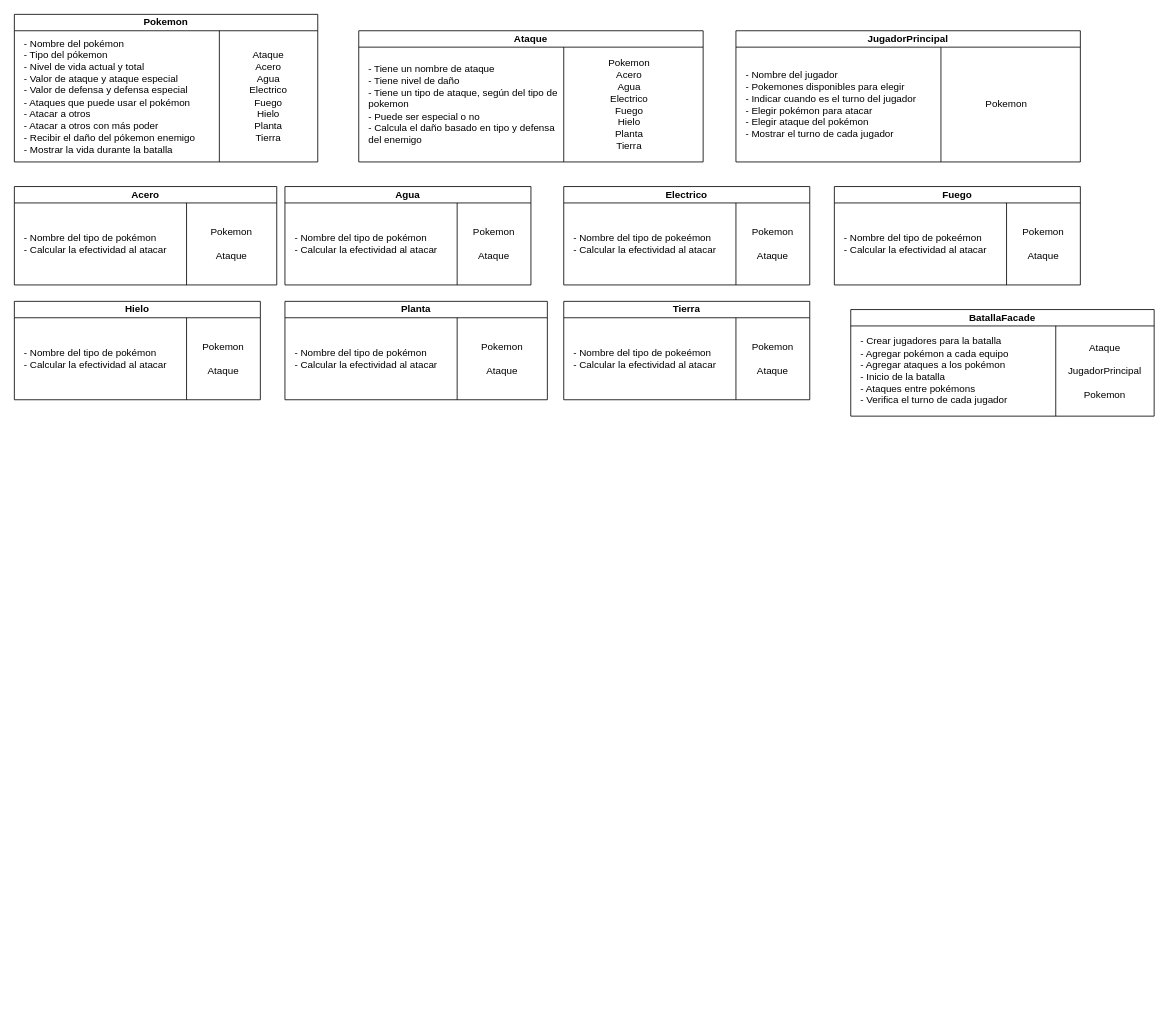
The draw.io diagram docs/Tarjetas CRC Primera Entrega.drawio in ucudal/pii_2024_2_equipo16, before the edit. Source tidied: cells renumbered, new cells numbered last; positions are measured from the earlier drawing's top-left corner, leaving out a move shared by most shapes. Both pictures are drawn from the tidied source at 82%, with x=0, y=0 at pixel (14, 14).
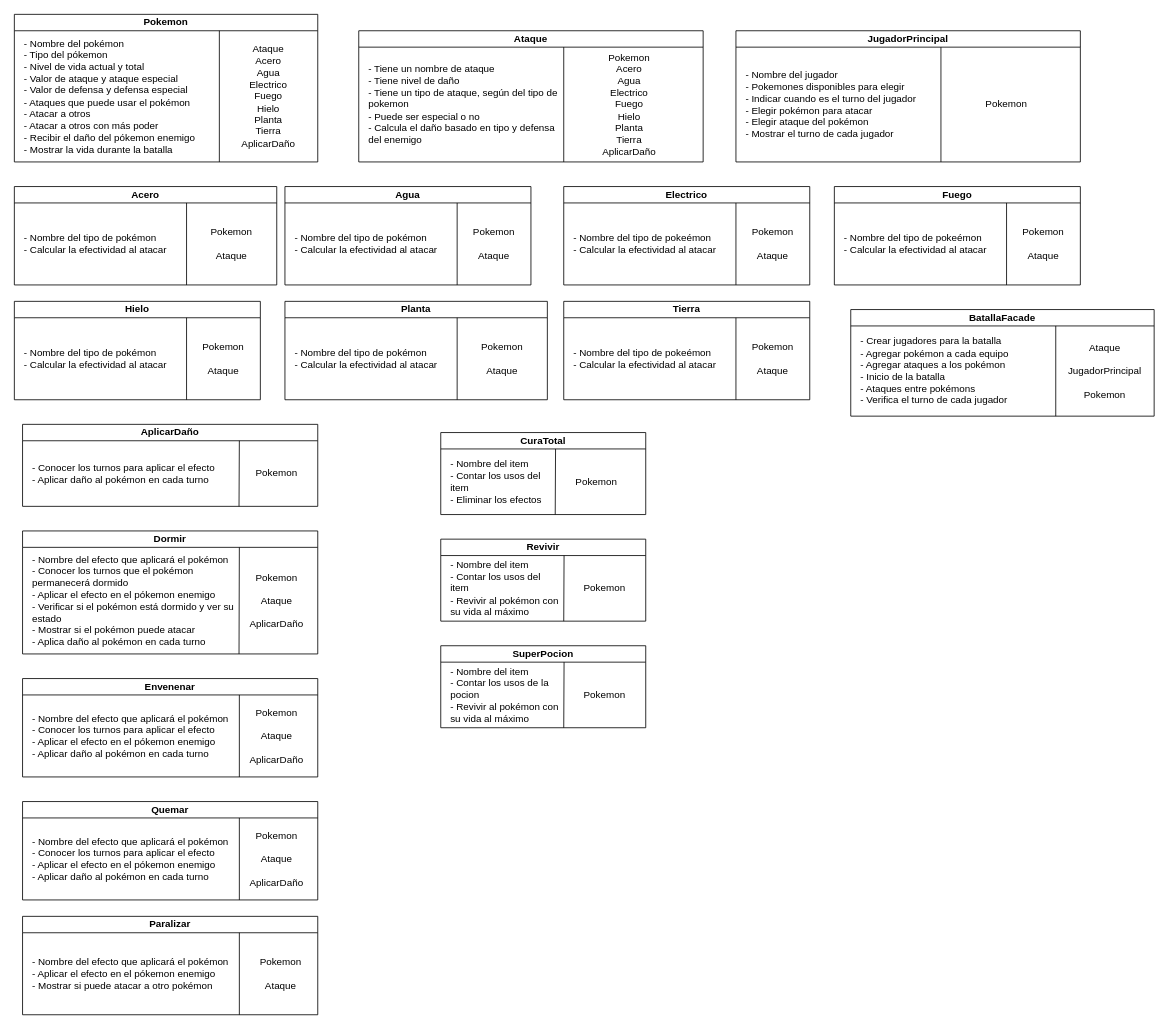
Above is the later version.

Commit message (it also covers changes not shown here):
CRC y UML con efectos e items

The change refers to these unchanged cells:
```xml
<mxCell id="2" value="Ataque" style="swimlane;whiteSpace=wrap;html=1;startSize=20;" parent="1" vertex="1">
  <mxGeometry x="420" y="20" width="420" height="160" as="geometry" />
</mxCell>
<mxCell id="6" value="Pokemon" style="swimlane;whiteSpace=wrap;html=1;startSize=20;" parent="1" vertex="1">
  <mxGeometry width="370" height="180" as="geometry" />
</mxCell>
```

What changed in the source:
```diff
@@
-    <mxCell id="5" value="&lt;div&gt;&lt;span style=&quot;background-color: initial;&quot;&gt;Pokemon&lt;/span&gt;&lt;br&gt;&lt;/div&gt;&lt;div&gt;&lt;span style=&quot;background-color: initial;&quot;&gt;Acero&lt;/span&gt;&lt;/div&gt;&lt;div&gt;&lt;span style=&quot;background-color: initial;&quot;&gt;Agua&lt;/span&gt;&lt;/div&gt;&lt;div&gt;&lt;span style=&quot;background-color: initial;&quot;&gt;Electrico&lt;/span&gt;&lt;/div&gt;&lt;div&gt;&lt;span style=&quot;background-color: initial;&quot;&gt;Fuego&lt;/span&gt;&lt;/div&gt;&lt;div&gt;&lt;span style=&quot;background-color: initial;&quot;&gt;Hielo&lt;/span&gt;&lt;/div&gt;&lt;div&gt;&lt;span style=&quot;background-color: initial;&quot;&gt;Planta&lt;/span&gt;&lt;/div&gt;&lt;div&gt;&lt;span style=&quot;background-color: initial;&quot;&gt;Tierra&lt;/span&gt;&lt;/div&gt;" style="text;html=1;align=center;verticalAlign=middle;whiteSpace=wrap;rounded=0;" parent="2" vertex="1">
+    <mxCell id="5" value="&lt;div&gt;&lt;span style=&quot;background-color: initial;&quot;&gt;Pokemon&lt;/span&gt;&lt;br&gt;&lt;/div&gt;&lt;div&gt;&lt;span style=&quot;background-color: initial;&quot;&gt;Acero&lt;/span&gt;&lt;/div&gt;&lt;div&gt;&lt;span style=&quot;background-color: initial;&quot;&gt;Agua&lt;/span&gt;&lt;/div&gt;&lt;div&gt;&lt;span style=&quot;background-color: initial;&quot;&gt;Electrico&lt;/span&gt;&lt;/div&gt;&lt;div&gt;&lt;span style=&quot;background-color: initial;&quot;&gt;Fuego&lt;/span&gt;&lt;/div&gt;&lt;div&gt;&lt;span style=&quot;background-color: initial;&quot;&gt;Hielo&lt;/span&gt;&lt;/div&gt;&lt;div&gt;&lt;span style=&quot;background-color: initial;&quot;&gt;Planta&lt;/span&gt;&lt;/div&gt;&lt;div&gt;&lt;span style=&quot;background-color: initial;&quot;&gt;Tierra&lt;/span&gt;&lt;/div&gt;&lt;div&gt;&lt;span style=&quot;background-color: initial;&quot;&gt;AplicarDaño&lt;/span&gt;&lt;/div&gt;" style="text;html=1;align=center;verticalAlign=middle;whiteSpace=wrap;rounded=0;" parent="2" vertex="1">
       <mxGeometry x="300" y="75" width="60" height="30" as="geometry" />
     </mxCell>
@@
-    <mxCell id="9" value="&lt;div&gt;Ataque&lt;/div&gt;&lt;div&gt;&lt;span style=&quot;background-color: initial;&quot;&gt;Acero&lt;/span&gt;&lt;/div&gt;&lt;div&gt;&lt;span style=&quot;background-color: initial;&quot;&gt;Agua&lt;/span&gt;&lt;/div&gt;&lt;div&gt;&lt;span style=&quot;background-color: initial;&quot;&gt;Electrico&lt;/span&gt;&lt;/div&gt;&lt;div&gt;&lt;span style=&quot;background-color: initial;&quot;&gt;Fuego&lt;/span&gt;&lt;/div&gt;&lt;div&gt;&lt;span style=&quot;background-color: initial;&quot;&gt;Hielo&lt;/span&gt;&lt;/div&gt;&lt;div&gt;&lt;span style=&quot;background-color: initial;&quot;&gt;Planta&lt;/span&gt;&lt;/div&gt;&lt;div&gt;&lt;span style=&quot;background-color: initial;&quot;&gt;Tierra&lt;/span&gt;&lt;/div&gt;" style="text;html=1;align=center;verticalAlign=middle;whiteSpace=wrap;rounded=0;" parent="6" vertex="1">
+    <mxCell id="9" value="&lt;div&gt;Ataque&lt;/div&gt;&lt;div&gt;&lt;span style=&quot;background-color: initial;&quot;&gt;Acero&lt;/span&gt;&lt;/div&gt;&lt;div&gt;&lt;span style=&quot;background-color: initial;&quot;&gt;Agua&lt;/span&gt;&lt;/div&gt;&lt;div&gt;&lt;span style=&quot;background-color: initial;&quot;&gt;Electrico&lt;/span&gt;&lt;/div&gt;&lt;div&gt;&lt;span style=&quot;background-color: initial;&quot;&gt;Fuego&lt;/span&gt;&lt;/div&gt;&lt;div&gt;&lt;span style=&quot;background-color: initial;&quot;&gt;Hielo&lt;/span&gt;&lt;/div&gt;&lt;div&gt;&lt;span style=&quot;background-color: initial;&quot;&gt;Planta&lt;/span&gt;&lt;/div&gt;&lt;div&gt;&lt;span style=&quot;background-color: initial;&quot;&gt;Tierra&lt;/span&gt;&lt;/div&gt;&lt;div&gt;&lt;span style=&quot;background-color: initial;&quot;&gt;AplicarDaño&lt;/span&gt;&lt;/div&gt;" style="text;html=1;align=center;verticalAlign=middle;whiteSpace=wrap;rounded=0;" parent="6" vertex="1">
       <mxGeometry x="280" y="85" width="60" height="30" as="geometry" />
     </mxCell>
@@
+    <mxCell id="46" value="Dormir" style="swimlane;whiteSpace=wrap;html=1;startSize=20;" parent="1" vertex="1">
+      <mxGeometry x="10" y="630" width="360" height="150" as="geometry" />
+    </mxCell>
+    <mxCell id="47" value="- Nombre del efecto que aplicará el pokémon&lt;div&gt;&lt;div&gt;&lt;div&gt;- &lt;span style=&quot;background-color: initial;&quot;&gt;Conocer los turnos que el pokémon permanecerá dormido&lt;/span&gt;&lt;/div&gt;&lt;/div&gt;&lt;/div&gt;&lt;div&gt;- Aplicar el efecto en el pókemon enemigo&lt;/div&gt;&lt;div&gt;- Verificar si el pokémon está dormido y ver su estado&lt;/div&gt;&lt;div&gt;- Mostrar si el pokémon puede atacar&lt;/div&gt;&lt;div&gt;- Aplica daño al pokémon en cada turno&lt;/div&gt;" style="text;html=1;align=left;verticalAlign=middle;whiteSpace=wrap;rounded=0;" parent="46" vertex="1">
+      <mxGeometry x="10" y="30" width="250" height="110" as="geometry" />
+    </mxCell>
+    <mxCell id="48" style="endArrow=none;html=1;rounded=0;" parent="46" edge="1">
+      <mxGeometry relative="1" as="geometry">
+        <mxPoint x="264" y="150" as="sourcePoint" />
+        <mxPoint x="264.4" y="20" as="targetPoint" />
+        <Array as="points">
+          <mxPoint x="264.4" y="20" />
+        </Array>
+      </mxGeometry>
+    </mxCell>
+    <mxCell id="49" value="&lt;div&gt;&lt;div&gt;&lt;div&gt;Pokemon&lt;/div&gt;&lt;div&gt;&lt;br&gt;&lt;/div&gt;&lt;div&gt;Ataque&lt;/div&gt;&lt;/div&gt;&lt;/div&gt;&lt;div&gt;&lt;br&gt;&lt;/div&gt;&lt;div&gt;AplicarDaño&lt;/div&gt;" style="text;html=1;align=center;verticalAlign=middle;whiteSpace=wrap;rounded=0;" parent="46" vertex="1">
+      <mxGeometry x="260" y="60" width="100" height="50" as="geometry" />
+    </mxCell>
+    <mxCell id="50" value="Envenenar" style="swimlane;whiteSpace=wrap;html=1;startSize=20;" parent="1" vertex="1">
+      <mxGeometry x="10" y="810" width="360" height="120" as="geometry" />
+    </mxCell>
+    <mxCell id="51" value="- Nombre del efecto que aplicará el pokémon&lt;div&gt;&lt;div&gt;&lt;div&gt;- Conocer los turnos para aplicar el efecto&lt;/div&gt;&lt;/div&gt;&lt;/div&gt;&lt;div&gt;- Aplicar el efecto en el pókemon enemigo&lt;/div&gt;&lt;div&gt;- Aplicar daño al pokémon en cada turno&lt;/div&gt;" style="text;html=1;align=left;verticalAlign=middle;whiteSpace=wrap;rounded=0;" parent="50" vertex="1">
+      <mxGeometry x="10" y="20" width="260" height="100" as="geometry" />
+    </mxCell>
+    <mxCell id="52" style="endArrow=none;html=1;rounded=0;" parent="50" edge="1">
+      <mxGeometry relative="1" as="geometry">
+        <mxPoint x="264.4" y="120" as="sourcePoint" />
+        <mxPoint x="264.4" y="20" as="targetPoint" />
+        <Array as="points">
+          <mxPoint x="264.4" y="20" />
+        </Array>
+      </mxGeometry>
+    </mxCell>
+    <mxCell id="53" value="&lt;div&gt;&lt;div&gt;&lt;div&gt;Pokemon&lt;/div&gt;&lt;div&gt;&lt;br&gt;&lt;/div&gt;&lt;div&gt;Ataque&lt;/div&gt;&lt;/div&gt;&lt;/div&gt;&lt;div&gt;&lt;br&gt;&lt;/div&gt;&lt;div&gt;AplicarDaño&lt;/div&gt;" style="text;html=1;align=center;verticalAlign=middle;whiteSpace=wrap;rounded=0;" parent="50" vertex="1">
+      <mxGeometry x="260" y="45" width="100" height="50" as="geometry" />
+    </mxCell>
+    <mxCell id="54" value="Quemar" style="swimlane;whiteSpace=wrap;html=1;startSize=20;" parent="1" vertex="1">
+      <mxGeometry x="10" y="960" width="360" height="120" as="geometry" />
+    </mxCell>
+    <mxCell id="55" value="- Nombre del efecto que aplicará el pokémon&lt;div&gt;&lt;div&gt;&lt;div&gt;- Conocer los turnos para aplicar el efecto&lt;/div&gt;&lt;/div&gt;&lt;/div&gt;&lt;div&gt;- Aplicar el efecto en el pókemon enemigo&lt;/div&gt;&lt;div&gt;- Aplicar daño al pokémon en cada turno&lt;/div&gt;" style="text;html=1;align=left;verticalAlign=middle;whiteSpace=wrap;rounded=0;" parent="54" vertex="1">
+      <mxGeometry x="10" y="20" width="260" height="100" as="geometry" />
+    </mxCell>
+    <mxCell id="56" style="endArrow=none;html=1;rounded=0;" parent="54" edge="1">
+      <mxGeometry relative="1" as="geometry">
+        <mxPoint x="264.4" y="120" as="sourcePoint" />
+        <mxPoint x="264.4" y="20" as="targetPoint" />
+        <Array as="points">
+          <mxPoint x="264.4" y="20" />
+        </Array>
+      </mxGeometry>
+    </mxCell>
+    <mxCell id="57" value="&lt;div&gt;&lt;div&gt;&lt;div&gt;Pokemon&lt;/div&gt;&lt;div&gt;&lt;br&gt;&lt;/div&gt;&lt;div&gt;Ataque&lt;/div&gt;&lt;/div&gt;&lt;/div&gt;&lt;div&gt;&lt;br&gt;&lt;/div&gt;&lt;div&gt;AplicarDaño&lt;/div&gt;" style="text;html=1;align=center;verticalAlign=middle;whiteSpace=wrap;rounded=0;" parent="54" vertex="1">
+      <mxGeometry x="260" y="45" width="100" height="50" as="geometry" />
+    </mxCell>
+    <mxCell id="58" value="Paralizar" style="swimlane;whiteSpace=wrap;html=1;startSize=20;" parent="1" vertex="1">
+      <mxGeometry x="10" y="1100" width="360" height="120" as="geometry" />
+    </mxCell>
+    <mxCell id="59" value="- Nombre del efecto que aplicará el pokémon&lt;div&gt;- Aplicar el efecto en el pókemon enemigo&lt;/div&gt;&lt;div&gt;- Mostrar si puede atacar a otro pokémon&lt;/div&gt;" style="text;html=1;align=left;verticalAlign=middle;whiteSpace=wrap;rounded=0;" parent="58" vertex="1">
+      <mxGeometry x="10" y="20" width="260" height="100" as="geometry" />
+    </mxCell>
+    <mxCell id="60" style="endArrow=none;html=1;rounded=0;" parent="58" edge="1">
+      <mxGeometry relative="1" as="geometry">
+        <mxPoint x="264.4" y="120" as="sourcePoint" />
+        <mxPoint x="264.4" y="20" as="targetPoint" />
+        <Array as="points">
+          <mxPoint x="264.4" y="20" />
+        </Array>
+      </mxGeometry>
+    </mxCell>
+    <mxCell id="61" value="&lt;div&gt;&lt;div&gt;&lt;div&gt;Pokemon&lt;/div&gt;&lt;div&gt;&lt;br&gt;&lt;/div&gt;&lt;div&gt;Ataque&lt;/div&gt;&lt;/div&gt;&lt;/div&gt;" style="text;html=1;align=center;verticalAlign=middle;whiteSpace=wrap;rounded=0;" parent="58" vertex="1">
+      <mxGeometry x="270" y="45" width="90" height="50" as="geometry" />
+    </mxCell>
+    <mxCell id="62" value="AplicarDaño" style="swimlane;whiteSpace=wrap;html=1;startSize=20;" parent="1" vertex="1">
+      <mxGeometry x="10" y="500" width="360" height="100" as="geometry" />
+    </mxCell>
+    <mxCell id="63" value="&lt;span style=&quot;background-color: initial;&quot;&gt;- Conocer los turnos para aplicar el efecto&lt;/span&gt;&lt;div&gt;- Aplicar daño al pokémon en cada turno&lt;/div&gt;" style="text;html=1;align=left;verticalAlign=middle;whiteSpace=wrap;rounded=0;" parent="62" vertex="1">
+      <mxGeometry x="10" y="20" width="260" height="80" as="geometry" />
+    </mxCell>
+    <mxCell id="64" style="endArrow=none;html=1;rounded=0;" parent="62" edge="1">
+      <mxGeometry relative="1" as="geometry">
+        <mxPoint x="264" y="100" as="sourcePoint" />
+        <mxPoint x="264.4" y="20" as="targetPoint" />
+        <Array as="points">
+          <mxPoint x="264.4" y="20" />
+        </Array>
+      </mxGeometry>
+    </mxCell>
+    <mxCell id="65" value="&lt;div&gt;Pokemon&lt;/div&gt;" style="text;html=1;align=center;verticalAlign=middle;whiteSpace=wrap;rounded=0;" parent="62" vertex="1">
+      <mxGeometry x="260" y="35" width="100" height="50" as="geometry" />
+    </mxCell>
+    <mxCell id="66" value="CuraTotal" style="swimlane;whiteSpace=wrap;html=1;startSize=20;" parent="1" vertex="1">
+      <mxGeometry x="520" y="510" width="250" height="100" as="geometry" />
+    </mxCell>
+    <mxCell id="67" value="&lt;span style=&quot;background-color: initial;&quot;&gt;- Nombre del item&lt;/span&gt;&lt;div&gt;- Contar los usos del item&lt;br&gt;&lt;div&gt;&lt;span style=&quot;background-color: initial;&quot;&gt;- Eliminar los efectos&lt;/span&gt;&lt;/div&gt;&lt;/div&gt;" style="text;html=1;align=left;verticalAlign=middle;whiteSpace=wrap;rounded=0;" parent="66" vertex="1">
+      <mxGeometry x="10" y="20" width="130" height="80" as="geometry" />
+    </mxCell>
+    <mxCell id="68" style="endArrow=none;html=1;rounded=0;" parent="66" edge="1">
+      <mxGeometry relative="1" as="geometry">
+        <mxPoint x="139.6" y="100" as="sourcePoint" />
+        <mxPoint x="140" y="20" as="targetPoint" />
+        <Array as="points">
+          <mxPoint x="140" y="20" />
+        </Array>
+      </mxGeometry>
+    </mxCell>
+    <mxCell id="69" value="&lt;div&gt;Pokemon&lt;/div&gt;" style="text;html=1;align=center;verticalAlign=middle;whiteSpace=wrap;rounded=0;" parent="66" vertex="1">
+      <mxGeometry x="140" y="35" width="100" height="50" as="geometry" />
+    </mxCell>
+    <mxCell id="70" value="Revivir" style="swimlane;whiteSpace=wrap;html=1;startSize=20;" parent="1" vertex="1">
+      <mxGeometry x="520" y="640" width="250" height="100" as="geometry" />
+    </mxCell>
+    <mxCell id="71" value="&lt;span style=&quot;background-color: initial;&quot;&gt;- Nombre del item&lt;/span&gt;&lt;div&gt;- Contar los usos del item&amp;nbsp;&lt;br&gt;&lt;div&gt;&lt;span style=&quot;background-color: initial;&quot;&gt;- Revivir al pokémon con su vida al máximo&lt;/span&gt;&lt;/div&gt;&lt;/div&gt;" style="text;html=1;align=left;verticalAlign=middle;whiteSpace=wrap;rounded=0;" parent="70" vertex="1">
+      <mxGeometry x="10" y="20" width="140" height="80" as="geometry" />
+    </mxCell>
+    <mxCell id="72" style="endArrow=none;html=1;rounded=0;" parent="70" edge="1">
+      <mxGeometry relative="1" as="geometry">
+        <mxPoint x="150" y="100" as="sourcePoint" />
+        <mxPoint x="150.4" y="20" as="targetPoint" />
+        <Array as="points">
+          <mxPoint x="150.4" y="20" />
+        </Array>
+      </mxGeometry>
+    </mxCell>
+    <mxCell id="73" value="&lt;div&gt;Pokemon&lt;/div&gt;" style="text;html=1;align=center;verticalAlign=middle;whiteSpace=wrap;rounded=0;" parent="70" vertex="1">
+      <mxGeometry x="150" y="35" width="100" height="50" as="geometry" />
+    </mxCell>
+    <mxCell id="74" value="SuperPocion" style="swimlane;whiteSpace=wrap;html=1;startSize=20;" parent="1" vertex="1">
+      <mxGeometry x="520" y="770" width="250" height="100" as="geometry" />
+    </mxCell>
+    <mxCell id="75" value="&lt;span style=&quot;background-color: initial;&quot;&gt;- Nombre del item&lt;/span&gt;&lt;div&gt;- Contar los usos de la pocion&lt;br&gt;&lt;div&gt;&lt;span style=&quot;background-color: initial;&quot;&gt;- Revivir al pokémon con su vida al máximo&lt;/span&gt;&lt;/div&gt;&lt;/div&gt;" style="text;html=1;align=left;verticalAlign=middle;whiteSpace=wrap;rounded=0;" parent="74" vertex="1">
+      <mxGeometry x="10" y="20" width="140" height="80" as="geometry" />
+    </mxCell>
+    <mxCell id="76" style="endArrow=none;html=1;rounded=0;" parent="74" edge="1">
+      <mxGeometry relative="1" as="geometry">
+        <mxPoint x="150" y="100" as="sourcePoint" />
+        <mxPoint x="150.4" y="20" as="targetPoint" />
+        <Array as="points">
+          <mxPoint x="150.4" y="20" />
+        </Array>
+      </mxGeometry>
+    </mxCell>
+    <mxCell id="77" value="&lt;div&gt;Pokemon&lt;/div&gt;" style="text;html=1;align=center;verticalAlign=middle;whiteSpace=wrap;rounded=0;" parent="74" vertex="1">
+      <mxGeometry x="150" y="35" width="100" height="50" as="geometry" />
+    </mxCell>
```
